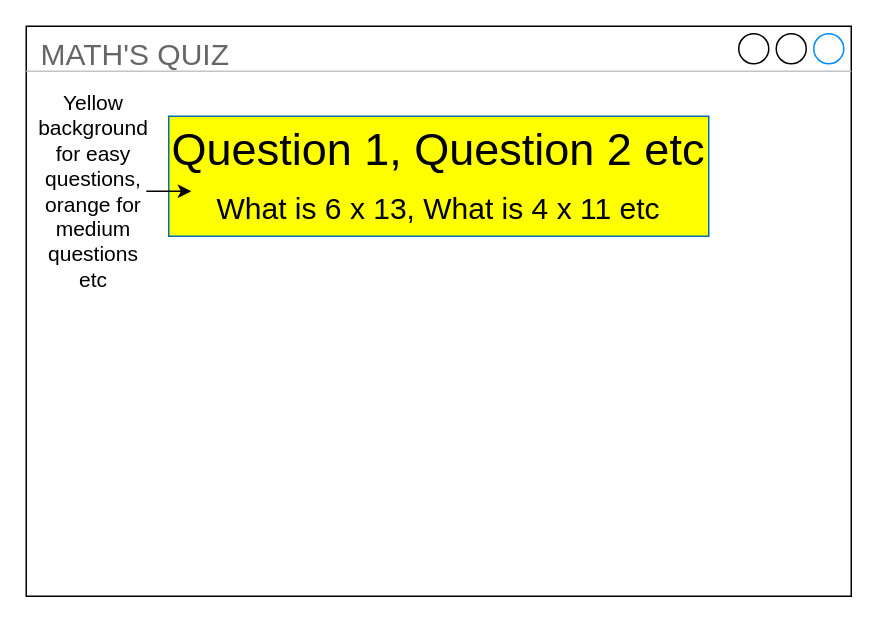
Before: Copy of Copy of Untitled Diagram.drawio in Jamman72341/01_Temperature, a draw.io diagram. Source tidied: cells renumbered, new cells numbered last; positions are measured from the earlier drawing's top-left corner, leaving out a move shared by most shapes. Both pictures are drawn from the tidied source at 150%, with x=0, y=0 at pixel (26, 26).
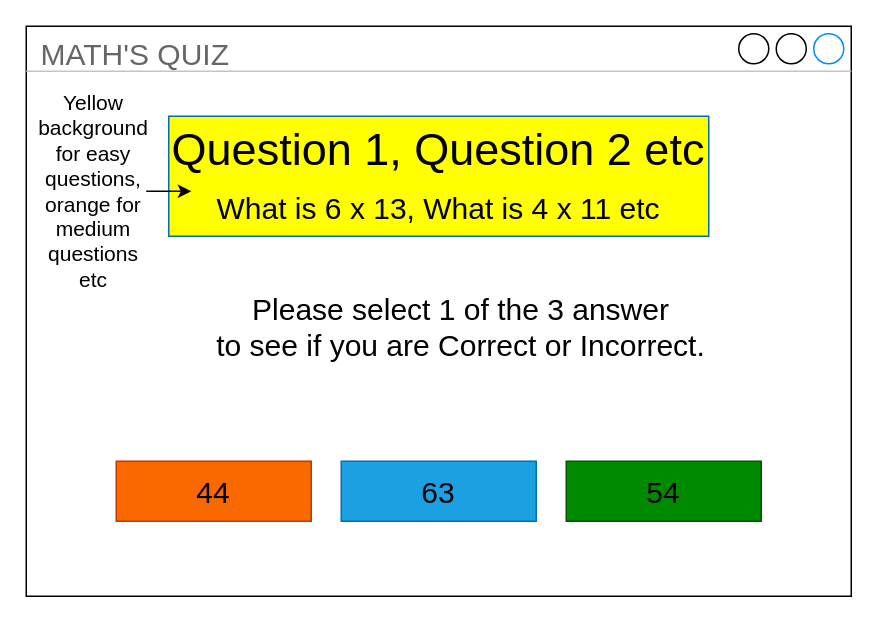
After the change.

Change to the diagram source:
```diff
@@
 <mxGraphModel>
   <root>
     <mxCell id="0" />
     <mxCell id="1" parent="0" />
     <mxCell id="2" value="MATH'S QUIZ" style="strokeWidth=1;shadow=0;dashed=0;align=center;html=1;shape=mxgraph.mockup.containers.window;align=left;verticalAlign=top;spacingLeft=8;strokeColor2=#008cff;strokeColor3=#c4c4c4;fontColor=#666666;mainText=;fontSize=20;labelBackgroundColor=none;" parent="1" vertex="1">
       <mxGeometry width="550" height="380" as="geometry" />
     </mxCell>
     <mxCell id="3" value="Question 1, Question 2 etc&lt;br style=&quot;font-size: 20px&quot;&gt;&lt;span style=&quot;font-size: 20px&quot;&gt;What is 6 x 13, What is 4 x 11 etc&lt;/span&gt;" style="rounded=0;whiteSpace=wrap;html=1;fontSize=30;fillColor=#FFFF00;strokeColor=#006EAF;fontColor=#000000;" parent="1" vertex="1">
       <mxGeometry x="95" y="60" width="360" height="80" as="geometry" />
     </mxCell>
     <mxCell id="4" style="endArrow=classic;html=1;fontSize=30;fontColor=#000000;" parent="1" edge="1">
       <mxGeometry relative="1" as="geometry">
         <mxPoint x="80" y="110" as="sourcePoint" />
         <mxPoint x="110" y="110" as="targetPoint" />
       </mxGeometry>
     </mxCell>
     <mxCell id="5" value="Yellow background for easy questions, orange for medium questions etc" style="text;html=1;strokeColor=none;fillColor=none;align=center;verticalAlign=middle;whiteSpace=wrap;rounded=0;fontSize=14;fontColor=#000000;" parent="1" vertex="1">
       <mxGeometry x="10" y="50" width="70" height="120" as="geometry" />
     </mxCell>
+    <mxCell id="6" value="Please select 1 of the 3 answer&lt;br&gt;to see if you are Correct or Incorrect.&lt;br&gt;" style="text;html=1;strokeColor=none;fillColor=none;align=center;verticalAlign=middle;whiteSpace=wrap;rounded=0;fontSize=20;" parent="1" vertex="1">
+      <mxGeometry x="80" y="170" width="420" height="60" as="geometry" />
+    </mxCell>
+    <mxCell id="7" value="44" style="rounded=0;whiteSpace=wrap;html=1;fontSize=20;fillColor=#fa6800;strokeColor=#C73500;fontColor=#000000;" parent="1" vertex="1">
+      <mxGeometry x="60" y="290" width="130" height="40" as="geometry" />
+    </mxCell>
+    <mxCell id="8" value="63" style="rounded=0;whiteSpace=wrap;html=1;fontSize=20;fillColor=#1ba1e2;strokeColor=#006EAF;fontColor=#000000;" parent="1" vertex="1">
+      <mxGeometry x="210" y="290" width="130" height="40" as="geometry" />
+    </mxCell>
+    <mxCell id="9" value="54" style="rounded=0;whiteSpace=wrap;html=1;fontSize=20;fillColor=#008a00;strokeColor=#005700;fontColor=#000000;" parent="1" vertex="1">
+      <mxGeometry x="360" y="290" width="130" height="40" as="geometry" />
+    </mxCell>
   </root>
 </mxGraphModel>
```
